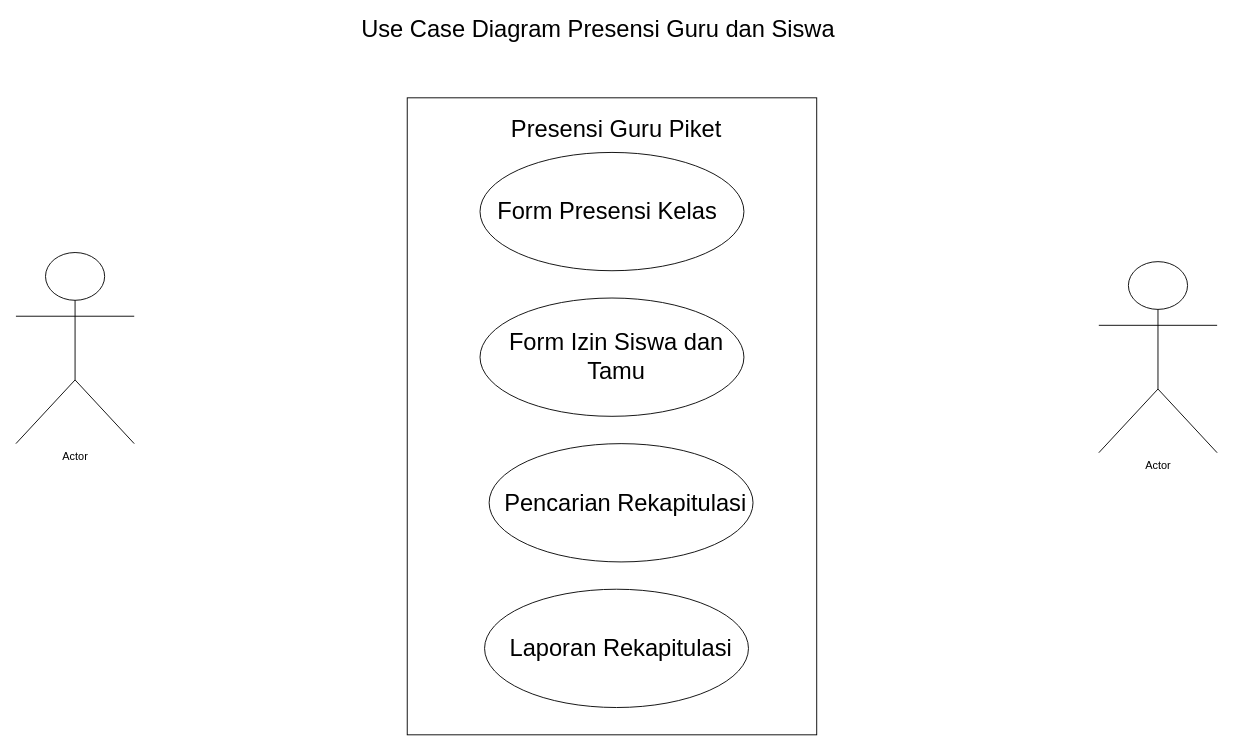
Above: page "Page-1" (1 of 2) of piket_guru.drawio in Irgicahya/digital_perpus (draw.io), before the change. Source tidied: cells renumbered, new cells numbered last; positions are measured from the earlier drawing's top-left corner, leaving out a move shared by most shapes. Both pictures are drawn from the tidied source at 91%, with x=0, y=0 at pixel (15, 15).
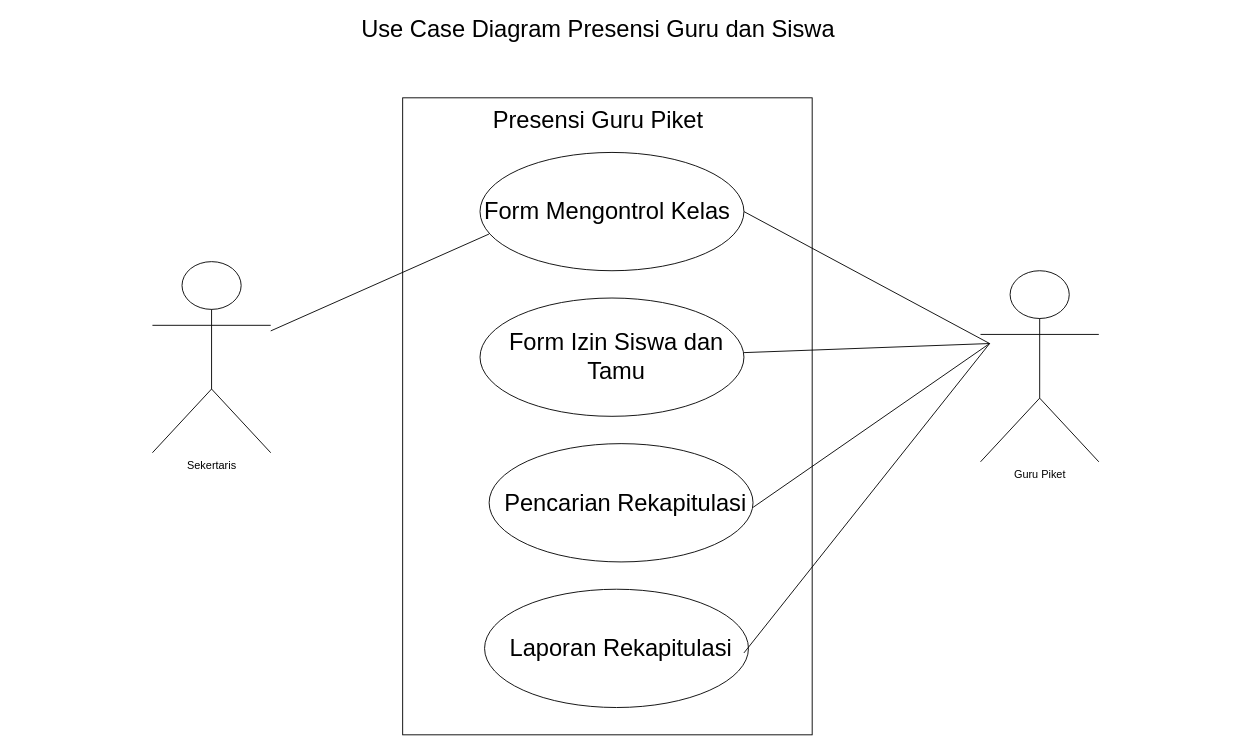
After the change.

Unchanged cells that the change refers to:
```xml
<mxCell id="5" style="ellipse;whiteSpace=wrap;html=1;" parent="1" vertex="1">
  <mxGeometry x="510" y="150" width="290" height="130" as="geometry" />
</mxCell>
<mxCell id="9" value="&lt;span style=&quot;font-size: 26px;&quot;&gt;Form Izin Siswa dan Tamu&lt;/span&gt;" style="text;html=1;align=center;verticalAlign=middle;whiteSpace=wrap;rounded=0;" parent="1" vertex="1">
  <mxGeometry x="510" y="360" width="300" height="30" as="geometry" />
</mxCell>
<mxCell id="10" value="&lt;span style=&quot;font-size: 26px;&quot;&gt;Pencarian Rekapitulasi&lt;/span&gt;" style="text;html=1;align=center;verticalAlign=middle;whiteSpace=wrap;rounded=0;" parent="1" vertex="1">
  <mxGeometry x="520" y="520" width="300" height="30" as="geometry" />
</mxCell>
<mxCell id="12" value="&lt;span style=&quot;font-size: 26px;&quot;&gt;Laporan Rekapitulasi&lt;/span&gt;" style="text;html=1;align=center;verticalAlign=middle;whiteSpace=wrap;rounded=0;" parent="1" vertex="1">
  <mxGeometry x="515" y="680" width="300" height="30" as="geometry" />
</mxCell>
```

Change to the diagram source:
```diff
@@
+    <mxCell id="4" style="rounded=0;whiteSpace=wrap;html=1;" parent="1" vertex="1">
+      <mxGeometry x="425" y="90" width="450" height="700" as="geometry" />
+    </mxCell>
-    <mxCell id="2" value="Actor" style="shape=umlActor;verticalLabelPosition=bottom;verticalAlign=top;html=1;outlineConnect=0;" parent="1" vertex="1">
-      <mxGeometry y="260" width="130" height="210" as="geometry" />
+    <mxCell id="2" value="Sekertaris" style="shape=umlActor;verticalLabelPosition=bottom;verticalAlign=top;html=1;outlineConnect=0;" parent="1" vertex="1">
+      <mxGeometry x="150" y="270" width="130" height="210" as="geometry" />
     </mxCell>
@@
-    <mxCell id="4" style="rounded=0;whiteSpace=wrap;html=1;" parent="1" vertex="1">
-      <mxGeometry x="430" y="90" width="450" height="700" as="geometry" />
-    </mxCell>
@@
-    <mxCell id="6" value="&lt;span style=&quot;font-size: 26px;&quot;&gt;Form Presensi Kelas&lt;/span&gt;" style="text;html=1;align=center;verticalAlign=middle;whiteSpace=wrap;rounded=0;" parent="1" vertex="1">
+    <mxCell id="6" value="&lt;span style=&quot;font-size: 26px;&quot;&gt;Form Mengontrol Kelas&lt;/span&gt;" style="text;html=1;align=center;verticalAlign=middle;whiteSpace=wrap;rounded=0;" parent="1" vertex="1">
       <mxGeometry x="500" y="200" width="300" height="30" as="geometry" />
     </mxCell>
@@
-    <mxCell id="13" value="Actor" style="shape=umlActor;verticalLabelPosition=bottom;verticalAlign=top;html=1;" parent="1" vertex="1">
-      <mxGeometry x="1190" y="270" width="130" height="210" as="geometry" />
+    <mxCell id="13" value="Guru Piket" style="shape=umlActor;verticalLabelPosition=bottom;verticalAlign=top;html=1;" parent="1" vertex="1">
+      <mxGeometry x="1060" y="280" width="130" height="210" as="geometry" />
     </mxCell>
     <mxCell id="14" value="&lt;span style=&quot;font-size: 26px;&quot;&gt;Presensi Guru Piket&lt;/span&gt;" style="text;html=1;align=center;verticalAlign=middle;whiteSpace=wrap;rounded=0;" parent="1" vertex="1">
-      <mxGeometry x="510" y="110" width="300" height="30" as="geometry" />
+      <mxGeometry x="490" y="100" width="300" height="30" as="geometry" />
     </mxCell>
+    <mxCell id="15" style="endArrow=none;html=1;rounded=0;entryX=0.034;entryY=0.69;entryDx=0;entryDy=0;entryPerimeter=0;" parent="1" edge="1" source="2" target="5">
+      <mxGeometry relative="1" as="geometry" />
+    </mxCell>
+    <mxCell id="16" style="endArrow=none;html=1;rounded=0;exitX=1;exitY=0.5;exitDx=0;exitDy=0;" parent="1" edge="1" source="6">
+      <mxGeometry relative="1" as="geometry">
+        <mxPoint x="1070" y="360" as="targetPoint" />
+      </mxGeometry>
+    </mxCell>
+    <mxCell id="17" style="endArrow=none;html=1;rounded=0;entryX=0;entryY=0.3333333333333333;entryDx=0;entryDy=0;entryPerimeter=0;exitX=0.967;exitY=0.333;exitDx=0;exitDy=0;exitPerimeter=0;" parent="1" edge="1" source="9">
+      <mxGeometry relative="1" as="geometry">
+        <mxPoint x="1070" y="360" as="targetPoint" />
+      </mxGeometry>
+    </mxCell>
+    <mxCell id="18" style="endArrow=none;html=1;rounded=0;exitX=0.967;exitY=0.667;exitDx=0;exitDy=0;exitPerimeter=0;" parent="1" edge="1" source="10">
+      <mxGeometry relative="1" as="geometry">
+        <mxPoint x="1070" y="360" as="targetPoint" />
+      </mxGeometry>
+    </mxCell>
+    <mxCell id="19" style="endArrow=none;html=1;rounded=0;exitX=0.95;exitY=0.667;exitDx=0;exitDy=0;exitPerimeter=0;" parent="1" edge="1" source="12">
+      <mxGeometry relative="1" as="geometry">
+        <mxPoint x="1070" y="360" as="targetPoint" />
+      </mxGeometry>
+    </mxCell>
```
